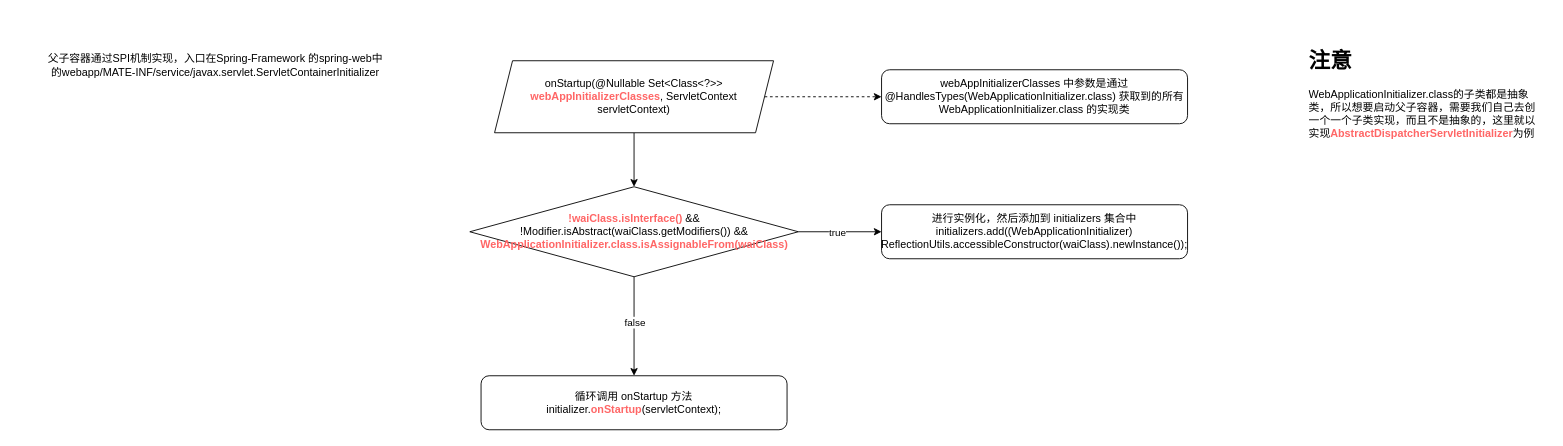
This is src/Spring父子容器.drawio from ice-YuLi/drawio_rep, a draw.io file, before an edit. Source tidied: cells renumbered, new cells numbered last; positions are measured from the earlier drawing's top-left corner, leaving out a move shared by most shapes. Both pictures are drawn from the tidied source at 90%, with x=0, y=0 at pixel (44, 24).
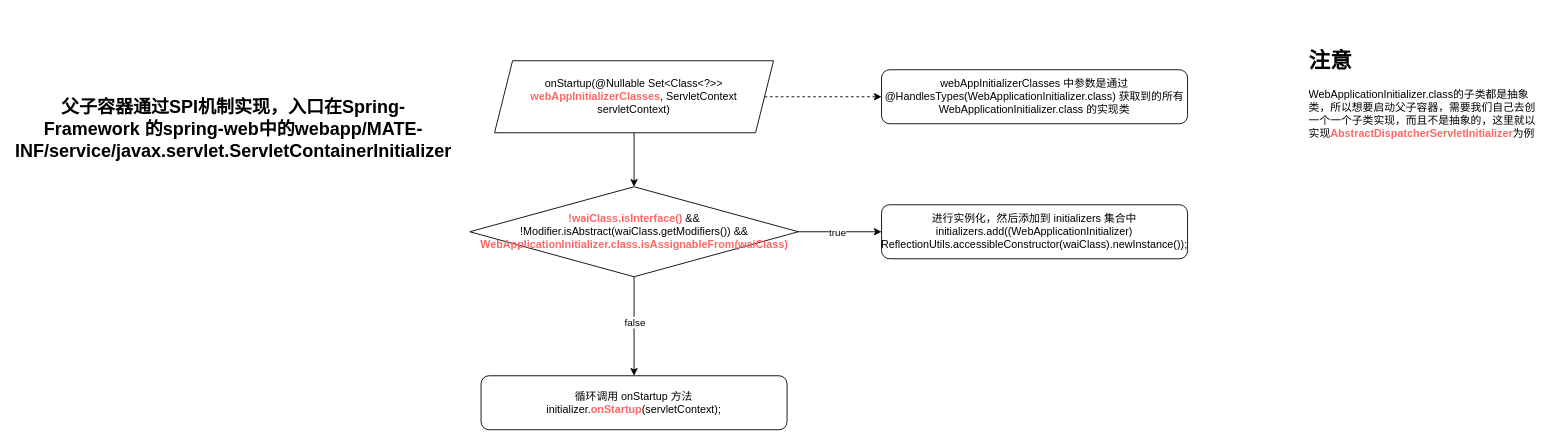
The same diagram, later.

Commit message (it also covers changes not shown here):
更新Spring父子容器.drawio

What changed in the source:
```diff
@@
 <mxGraphModel>
   <root>
     <mxCell id="0" />
     <mxCell id="1" parent="0" />
     <mxCell id="2" style="edgeStyle=orthogonalEdgeStyle;rounded=0;jettySize=auto;html=1;exitX=1;exitY=0.5;exitDx=0;exitDy=0;fontColor=#FF6666;dashed=1;" parent="1" edge="1" source="4" target="6">
       <mxGeometry relative="1" as="geometry" />
     </mxCell>
     <mxCell id="3" style="edgeStyle=orthogonalEdgeStyle;rounded=0;jettySize=auto;html=1;exitX=0.5;exitY=1;exitDx=0;exitDy=0;fontColor=#000000;" parent="1" edge="1" source="4" target="11">
       <mxGeometry relative="1" as="geometry" />
     </mxCell>
     <mxCell id="4" value="onStartup(@Nullable Set&amp;lt;Class&amp;lt;?&amp;gt;&amp;gt; &lt;b&gt;&lt;font color=&quot;#ff6666&quot;&gt;webAppInitializerClasses&lt;/font&gt;&lt;/b&gt;, ServletContext servletContext)" style="shape=parallelogram;perimeter=parallelogramPerimeter;whiteSpace=wrap;html=1;fixedSize=1;" parent="1" vertex="1">
       <mxGeometry x="500" y="40" width="310" height="80" as="geometry" />
     </mxCell>
-    <mxCell id="5" value="父子容器通过SPI机制实现，入口在Spring-Framework 的spring-web中的webapp/MATE-INF/service/javax.servlet.ServletContainerInitializer" style="text;html=1;strokeColor=none;fillColor=none;align=center;verticalAlign=middle;whiteSpace=wrap;rounded=0;" parent="1" vertex="1">
-      <mxGeometry width="380" height="90" as="geometry" />
+    <mxCell id="5" value="&lt;b&gt;&lt;font style=&quot;font-size: 20px&quot;&gt;父子容器通过SPI机制实现，入口在Spring-Framework 的spring-web中的webapp/MATE-INF/service/javax.servlet.ServletContainerInitializer&lt;/font&gt;&lt;/b&gt;" style="text;html=1;strokeColor=none;fillColor=none;align=center;verticalAlign=middle;whiteSpace=wrap;rounded=0;" parent="1" vertex="1">
+      <mxGeometry x="-30" y="-10" width="480" height="250" as="geometry" />
     </mxCell>
     <mxCell id="6" value="&lt;font color=&quot;#000000&quot;&gt;webAppInitializerClasses 中参数是通过 @HandlesTypes(WebApplicationInitializer.class) 获取到的所有 WebApplicationInitializer.class 的实现类&lt;/font&gt;" style="rounded=1;whiteSpace=wrap;html=1;fontColor=#FF6666;" parent="1" vertex="1">
       <mxGeometry x="930" y="50" width="340" height="60" as="geometry" />
     </mxCell>
     <mxCell id="7" style="edgeStyle=orthogonalEdgeStyle;rounded=0;jettySize=auto;html=1;exitX=1;exitY=0.5;exitDx=0;exitDy=0;fontColor=#000000;" parent="1" edge="1" source="11" target="12">
       <mxGeometry relative="1" as="geometry" />
     </mxCell>
     <mxCell id="8" value="true" style="edgeLabel;html=1;align=center;verticalAlign=middle;fontColor=#000000;" parent="7" vertex="1">
       <mxGeometry x="-0.23" y="-2" relative="1" as="geometry">
         <mxPoint x="7" y="-2" as="offset" />
       </mxGeometry>
     </mxCell>
     <mxCell id="9" style="edgeStyle=orthogonalEdgeStyle;rounded=0;jettySize=auto;html=1;exitX=0.5;exitY=1;exitDx=0;exitDy=0;fontColor=#000000;" parent="1" edge="1" source="11" target="13">
       <mxGeometry relative="1" as="geometry" />
     </mxCell>
     <mxCell id="10" value="false" style="edgeLabel;html=1;align=center;verticalAlign=middle;fontColor=#000000;" parent="9" vertex="1">
       <mxGeometry x="-0.09" relative="1" as="geometry" />
     </mxCell>
     <mxCell id="11" value="&lt;b&gt;!waiClass.isInterface() &lt;/b&gt;&lt;font color=&quot;#000000&quot;&gt;&amp;amp;&amp;amp; !Modifier.isAbstract(waiClass.getModifiers()) &amp;amp;&amp;amp;&lt;/font&gt;&lt;br&gt;&lt;b&gt;WebApplicationInitializer.class.isAssignableFrom(waiClass)&lt;/b&gt;" style="rhombus;whiteSpace=wrap;html=1;fontColor=#FF6666;" parent="1" vertex="1">
       <mxGeometry x="472.5" y="180" width="365" height="100" as="geometry" />
     </mxCell>
     <mxCell id="12" value="&lt;font color=&quot;#000000&quot;&gt;进行实例化，然后添加到 initializers 集合中&lt;br&gt;&lt;/font&gt;&lt;div&gt;&lt;font color=&quot;#000000&quot;&gt;initializers.add((WebApplicationInitializer)&lt;/font&gt;&lt;/div&gt;&lt;div&gt;&lt;font color=&quot;#000000&quot;&gt;&lt;span&gt;        &lt;/span&gt;ReflectionUtils.accessibleConstructor(waiClass).newInstance());&lt;/font&gt;&lt;/div&gt;" style="rounded=1;whiteSpace=wrap;html=1;fontColor=#FF6666;" parent="1" vertex="1">
       <mxGeometry x="930" y="200" width="340" height="60" as="geometry" />
     </mxCell>
     <mxCell id="13" value="&lt;div&gt;&lt;font color=&quot;#000000&quot;&gt;循环调用 onStartup 方法&lt;/font&gt;&lt;/div&gt;&lt;div&gt;&lt;span style=&quot;color: rgb(0 , 0 , 0)&quot;&gt;   &lt;/span&gt;&lt;font color=&quot;#000000&quot;&gt;initializer.&lt;/font&gt;&lt;b&gt;onStartup&lt;/b&gt;&lt;font color=&quot;#000000&quot;&gt;(servletContext);&lt;/font&gt;&lt;/div&gt;" style="rounded=1;whiteSpace=wrap;html=1;fontColor=#FF6666;" parent="1" vertex="1">
       <mxGeometry x="485" y="390" width="340" height="60" as="geometry" />
     </mxCell>
     <mxCell id="14" value="&lt;h1&gt;&lt;font color=&quot;#000000&quot;&gt;注意&lt;/font&gt;&lt;/h1&gt;&lt;p&gt;&lt;font color=&quot;#000000&quot;&gt;WebApplicationInitializer.class的子类都是抽象类，所以想要启动父子容器，需要我们自己去创一个一个子类实现，而且不是抽象的，这里就以实现&lt;/font&gt;&lt;b&gt;AbstractDispatcherServletInitializer&lt;/b&gt;&lt;font color=&quot;#000000&quot;&gt;为例&lt;/font&gt;&lt;br&gt;&lt;/p&gt;" style="text;html=1;strokeColor=none;fillColor=none;spacing=5;spacingTop=-20;whiteSpace=wrap;overflow=hidden;rounded=0;fontColor=#FF6666;" parent="1" vertex="1">
       <mxGeometry x="1400" y="20" width="270" height="120" as="geometry" />
     </mxCell>
   </root>
 </mxGraphModel>
```
